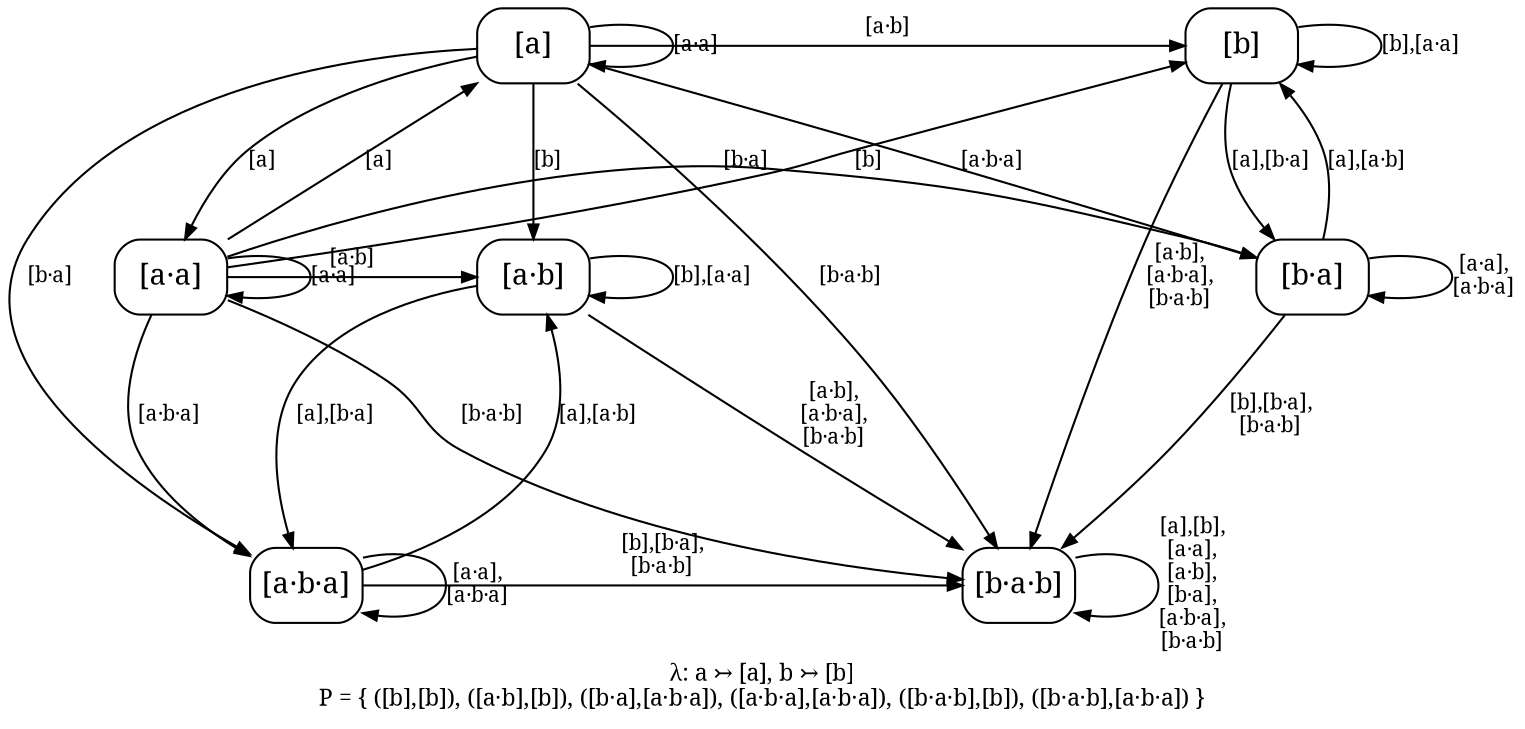
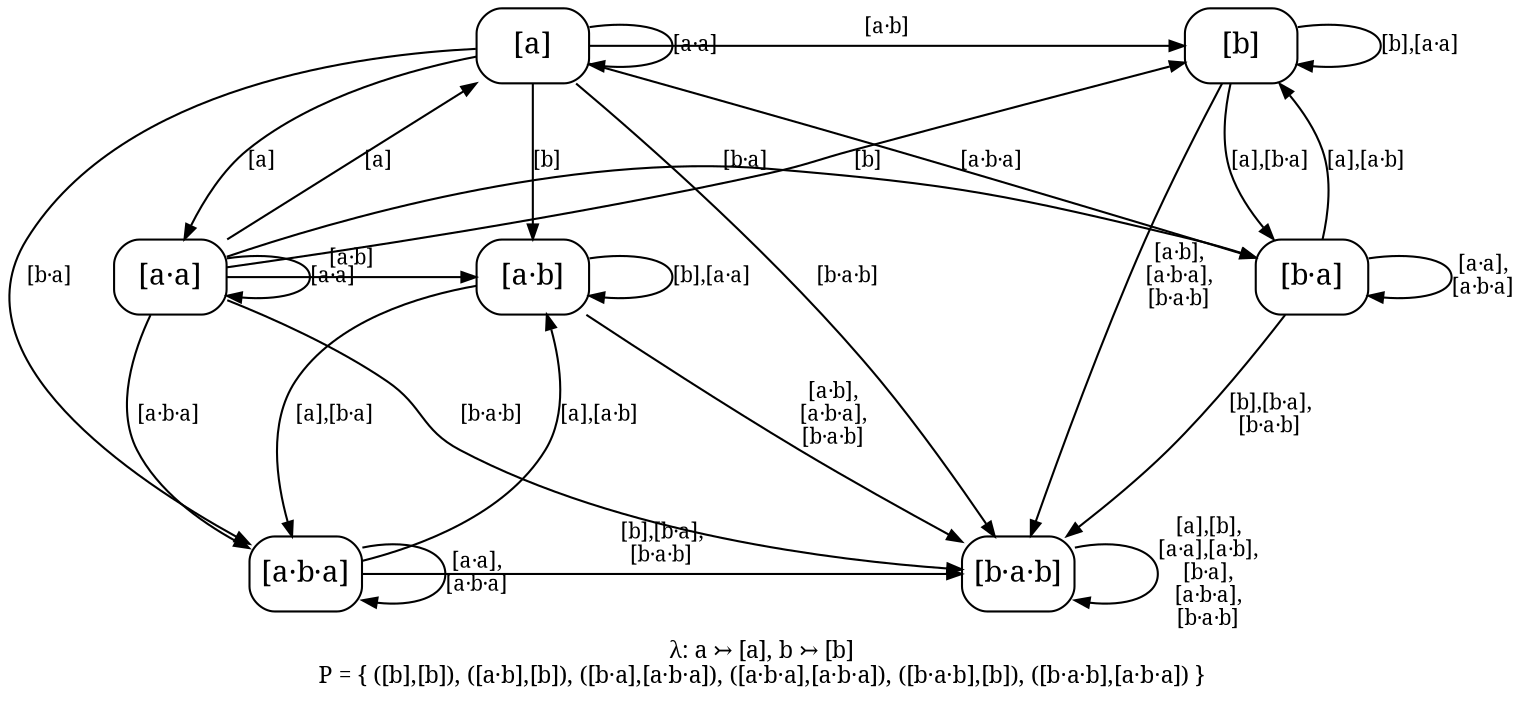
// sos2cayley evenblocks.sos --rename a=a,!a=b
digraph core_F3_evenblocks {
  rankdir=TB;
  ranksep=0.87; nodesep=0.55;
  node [shape=box, style=rounded, fontname="serif", margin="0.06,0.03"];
  edge [fontname="serif", fontsize=10, arrowsize=0.7];
  label="λ: a ↣ [a], b ↣ [b]\nP = { ([b],[b]), ([a·b],[b]), ([b·a],[a·b·a]), ([a·b·a],[a·b·a]), ([b·a·b],[b]), ([b·a·b],[a·b·a]) }";
  labelloc="b"; labeljust="c"; fontname="serif"; fontsize=11;

  a [label="[a]"];
  b [label="[b]"];
  aa [label="[a·a]"];
  ab [label="[a·b]"];
  ba [label="[b·a]"];
  aba [label="[a·b·a]"];
  bab [label="[b·a·b]"];

  { rank=same; a b; }
  { rank=same; aa ab ba; }
  { rank=same; aba bab; }

  a -> aa [label="[a]", weight=3];
  a -> ab [label="[b]", weight=3];
  a -> a [label="[a·a]", weight=1];
  a -> b [label="[a·b]", weight=1];
  a -> aba [label="[b·a]", weight=1];
  a -> ba [label="[a·b·a]", weight=1];
  a -> bab [label="[b·a·b]", weight=1];
  b -> ba [label="[a],[b·a]", weight=3];
  b -> b [label="[b],[a·a]", weight=1];
  b -> bab [label="[a·b],\n[a·b·a],\n[b·a·b]", weight=1];
  aa -> a [label="[a]", weight=1];
  aa -> b [label="[b]", weight=1];
  aa -> aa [label="[a·a]", weight=1];
  aa -> ab [label="[a·b]", weight=1];
  aa -> ba [label="[b·a]", weight=1];
  aa -> aba [label="[a·b·a]", weight=1];
  aa -> bab [label="[b·a·b]", weight=1];
  ab -> aba [label="[a],[b·a]", weight=3];
  ab -> ab [label="[b],[a·a]", weight=1];
  ab -> bab [label="[a·b],\n[a·b·a],\n[b·a·b]", weight=1];
  ba -> b [label="[a],[a·b]", weight=1];
  ba -> bab [label="[b],[b·a],\n[b·a·b]", weight=3];
  ba -> ba [label="[a·a],\n[a·b·a]", weight=1];
  aba -> ab [label="[a],[a·b]", weight=1];
  aba -> bab [label="[b],[b·a],\n[b·a·b]", weight=1];
  aba -> aba [label="[a·a],\n[a·b·a]", weight=1];
-   bab -> bab [label="[a],[b],\n[a·a],\n[a·b],\n[b·a],\n[a·b·a],\n[b·a·b]", weight=1];
+   bab -> bab [label="[a],[b],\n[a·a],[a·b],\n[b·a],\n[a·b·a],\n[b·a·b]", weight=1];
}
